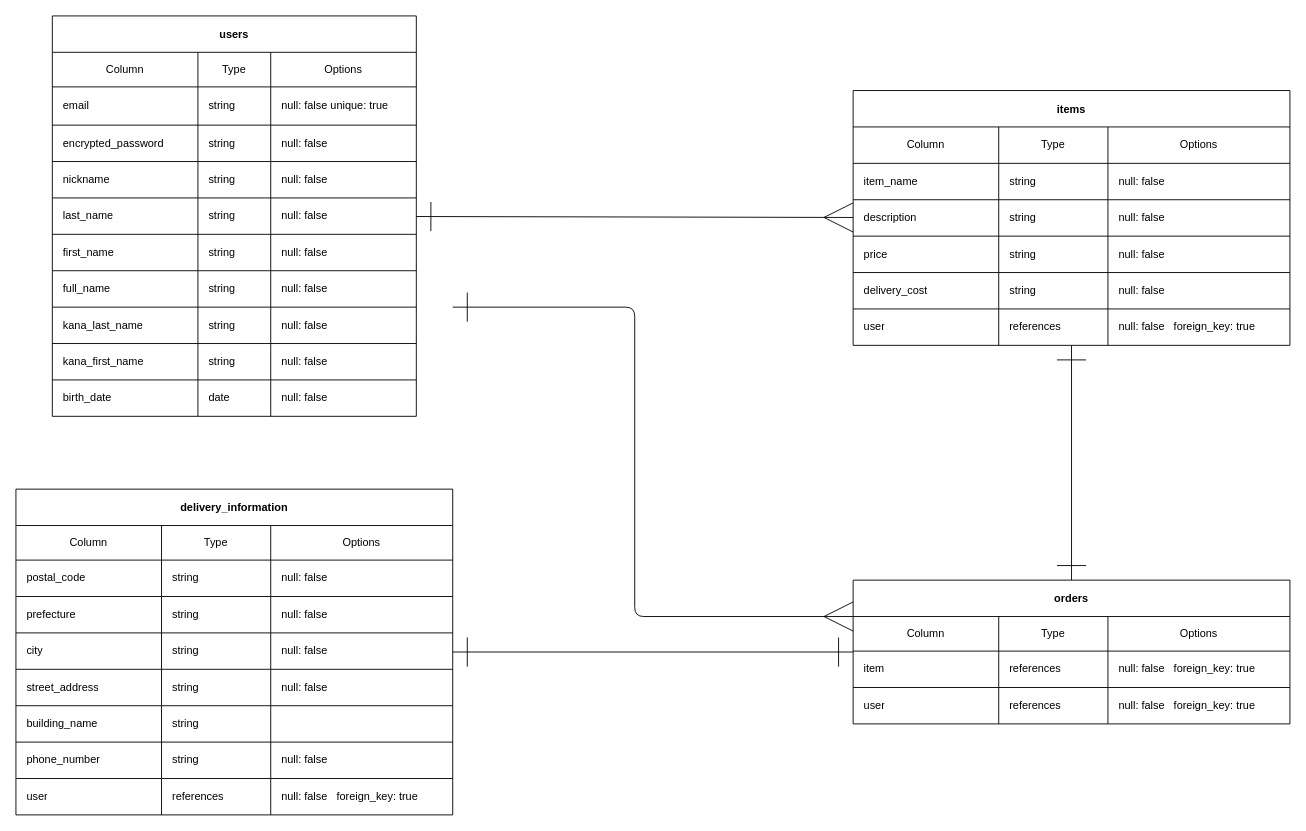
Earlier version of the draw.io diagram ER.dio (rkmr17/furima-39418). Source tidied: cells renumbered, new cells numbered last; positions are measured from the earlier drawing's top-left corner, leaving out a move shared by most shapes. Both pictures are drawn from the tidied source at 91%, with x=0, y=0 at pixel (15, 15).
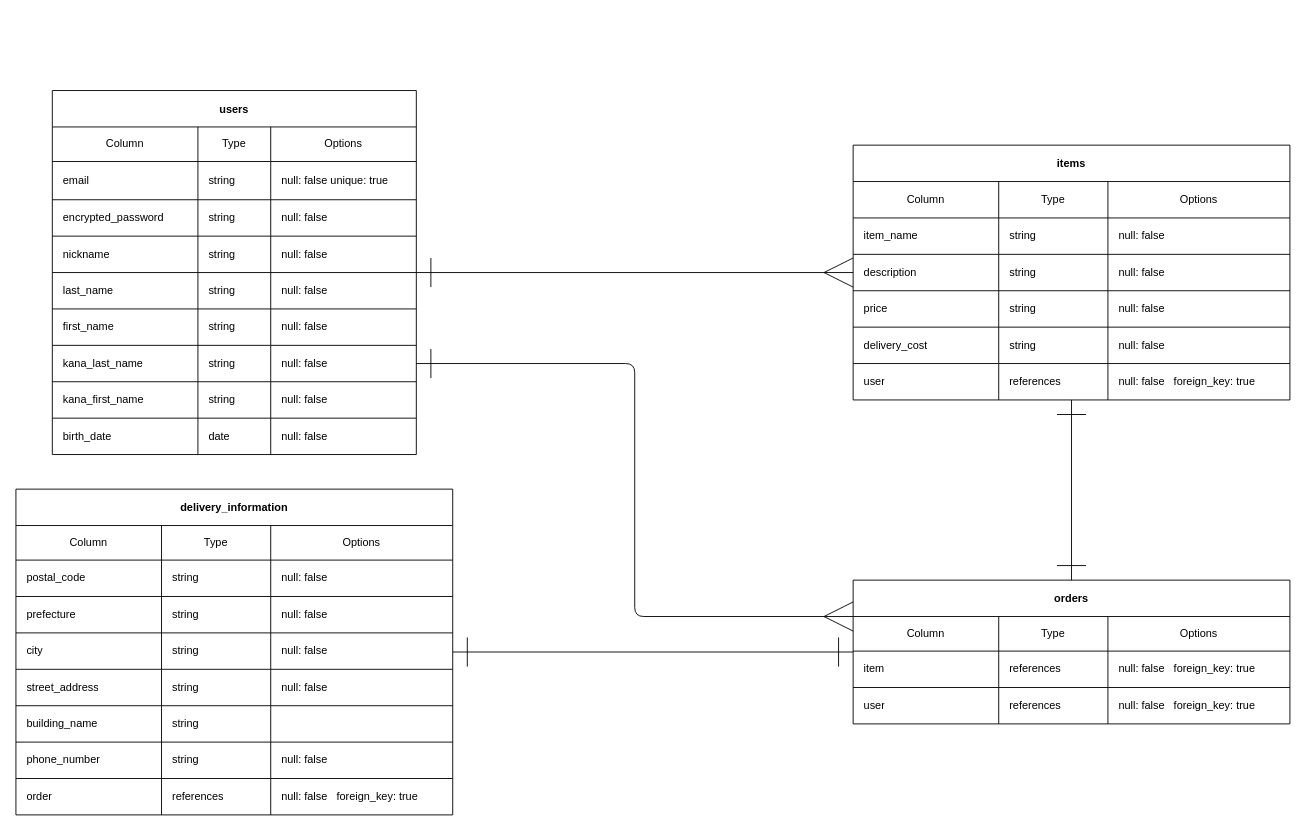
After the change.

Commit message (it also covers changes not shown here):
データベース設計

Unchanged cells that the change refers to:
```xml
<mxCell id="72" style="shape=tableRow;horizontal=0;startSize=0;swimlaneHead=0;swimlaneBody=0;top=0;left=0;bottom=0;right=0;points=[[0,0.5],[1,0.5]];portConstraint=eastwest;fillColor=none;" parent="71" vertex="1">
  <mxGeometry y="40" width="480" height="38" as="geometry" />
</mxCell>
<mxCell id="113" style="shape=tableRow;horizontal=0;startSize=0;swimlaneHead=0;swimlaneBody=0;top=0;left=0;bottom=0;right=0;align=left;spacingLeft=10;fillColor=none;" parent="84" vertex="1">
  <mxGeometry y="318" width="480" height="40" as="geometry" />
</mxCell>
```

What changed in the source:
```diff
@@
-    <mxCell id="2" style="edgeStyle=none;jumpSize=6;html=1;strokeWidth=1;endArrow=ERmany;endFill=0;startSize=30;endSize=30;entryX=0;entryY=0;entryDx=0;entryDy=0;startArrow=ERone;startFill=0;entryPerimeter=0;fillColor=none;" parent="1" edge="1" target="72">
+    <mxCell id="2" style="edgeStyle=none;jumpSize=6;html=1;strokeWidth=1;endArrow=ERmany;endFill=0;startSize=30;endSize=30;entryX=0;entryY=0;entryDx=0;entryDy=0;startArrow=ERone;startFill=0;entryPerimeter=0;fillColor=none;" parent="1" edge="1" source="32" target="72">
       <mxGeometry relative="1" as="geometry">
-        <mxPoint x="480" y="320" as="sourcePoint" />
         <Array as="points">
-          <mxPoint x="680" y="320" />
+          <mxPoint x="680" y="382" />
           <mxPoint x="680" y="660" />
         </Array>
       </mxGeometry>
     </mxCell>
     <mxCell id="3" value="users" style="shape=table;startSize=40;childLayout=tableLayout;fontStyle=1;align=center;fillColor=none;" parent="1" vertex="1">
-      <mxGeometry x="40" width="400" height="440" as="geometry" />
+      <mxGeometry x="40" y="82" width="400" height="400" as="geometry" />
     </mxCell>
@@
-    <mxCell id="28" style="shape=tableRow;horizontal=0;startSize=0;swimlaneHead=0;swimlaneBody=0;top=0;left=0;bottom=0;right=0;align=left;spacingLeft=10;fillColor=none;" parent="3" vertex="1">
-      <mxGeometry y="280" width="400" height="40" as="geometry" />
-    </mxCell>
-    <mxCell id="29" value="full_name&lt;div style=&quot;text-align: justify;&quot;&gt;&lt;/div&gt;" style="shape=partialRectangle;html=1;whiteSpace=wrap;top=0;left=0;bottom=0;right=0;overflow=hidden;align=left;spacingLeft=10;fillColor=none;" parent="28" vertex="1">
-      <mxGeometry width="160" height="40" as="geometry" />
-    </mxCell>
-    <mxCell id="30" value="string" style="shape=partialRectangle;html=1;whiteSpace=wrap;top=0;left=0;bottom=0;right=0;overflow=hidden;align=left;spacingLeft=10;fillColor=none;" parent="28" vertex="1">
-      <mxGeometry x="160" width="80" height="40" as="geometry" />
-    </mxCell>
-    <mxCell id="31" value="null: false" style="shape=partialRectangle;html=1;whiteSpace=wrap;top=0;left=0;bottom=0;right=0;overflow=hidden;align=left;spacingLeft=10;fillColor=none;" parent="28" vertex="1">
-      <mxGeometry x="240" width="160" height="40" as="geometry" />
-    </mxCell>
     <mxCell id="32" style="shape=tableRow;horizontal=0;startSize=0;swimlaneHead=0;swimlaneBody=0;top=0;left=0;bottom=0;right=0;points=[[0,0.5],[1,0.5]];portConstraint=eastwest;align=left;spacingLeft=10;fillColor=none;" parent="3" vertex="1">
-      <mxGeometry y="320" width="400" height="40" as="geometry" />
+      <mxGeometry y="280" width="400" height="40" as="geometry" />
     </mxCell>
@@
     <mxCell id="36" style="shape=tableRow;horizontal=0;startSize=0;swimlaneHead=0;swimlaneBody=0;top=0;left=0;bottom=0;right=0;align=left;spacingLeft=10;fillColor=none;" parent="3" vertex="1">
-      <mxGeometry y="360" width="400" height="40" as="geometry" />
+      <mxGeometry y="320" width="400" height="40" as="geometry" />
     </mxCell>
@@
     <mxCell id="40" style="shape=tableRow;horizontal=0;startSize=0;swimlaneHead=0;swimlaneBody=0;top=0;left=0;bottom=0;right=0;align=left;spacingLeft=10;fillColor=none;" parent="3" vertex="1">
-      <mxGeometry y="400" width="400" height="40" as="geometry" />
+      <mxGeometry y="360" width="400" height="40" as="geometry" />
     </mxCell>
@@
     <mxCell id="45" value="items" style="shape=table;startSize=40;childLayout=tableLayout;fontStyle=1;align=center;fillColor=none;" parent="1" vertex="1">
-      <mxGeometry x="920" y="82" width="480" height="280" as="geometry" />
+      <mxGeometry x="920" y="142" width="480" height="280" as="geometry" />
     </mxCell>
@@
-    <mxCell id="114" value="user" style="shape=partialRectangle;html=1;whiteSpace=wrap;top=0;left=0;bottom=0;right=0;overflow=hidden;align=left;spacingLeft=10;fillColor=none;" parent="113" vertex="1">
-      <mxGeometry width="160" height="40" as="geometry" />
-    </mxCell>
+    <mxCell id="118" value="order" style="shape=partialRectangle;html=1;whiteSpace=wrap;top=0;left=0;bottom=0;right=0;overflow=hidden;align=left;spacingLeft=10;fillColor=none;" parent="113" vertex="1">
+      <mxGeometry width="160" height="40" as="geometry" />
+    </mxCell>
```
